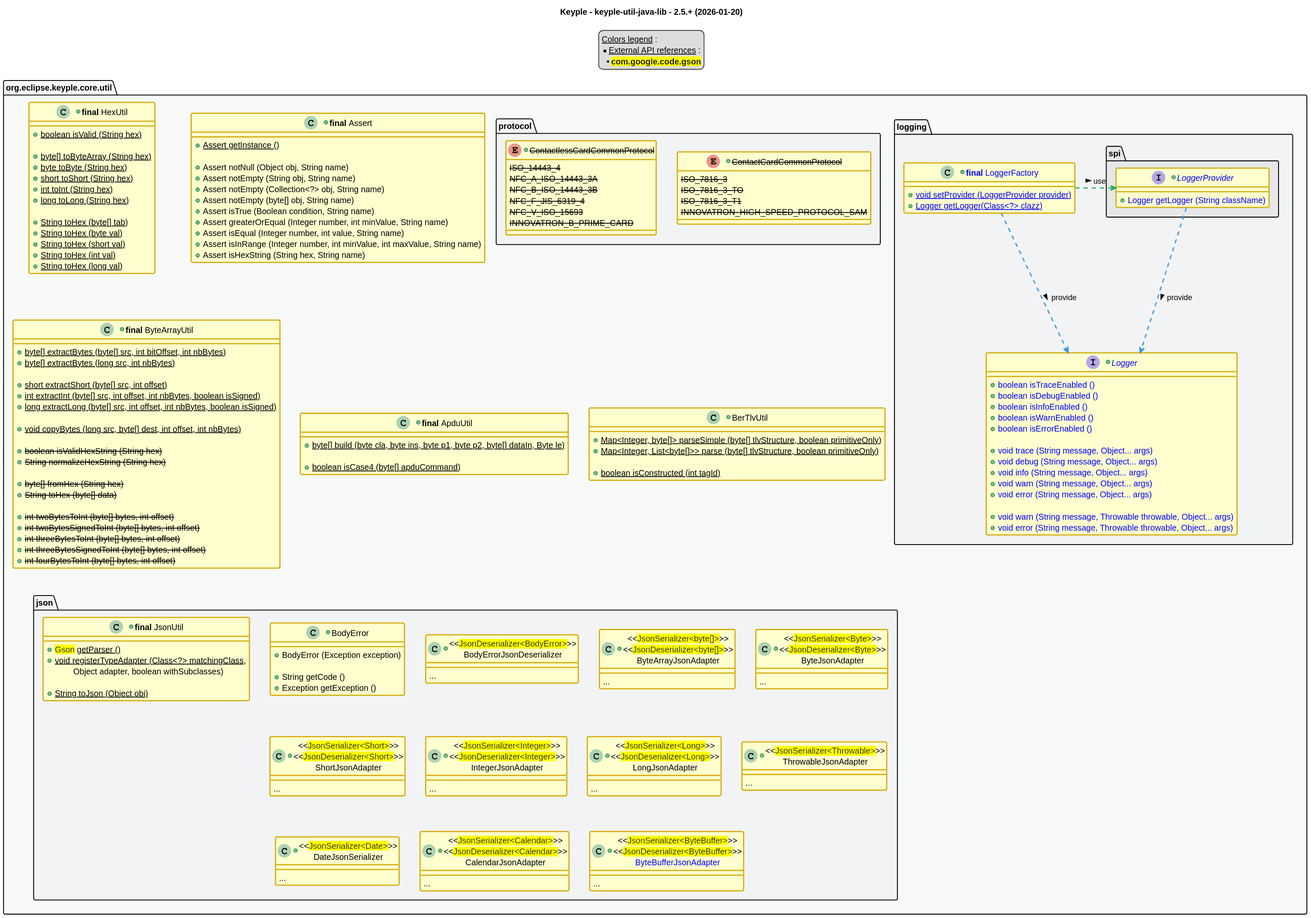
This is src/main/uml/api_class_diagram.svg from eclipse-keyple/keyple-util-java-lib, a PlantUML export, as it was before one commit.
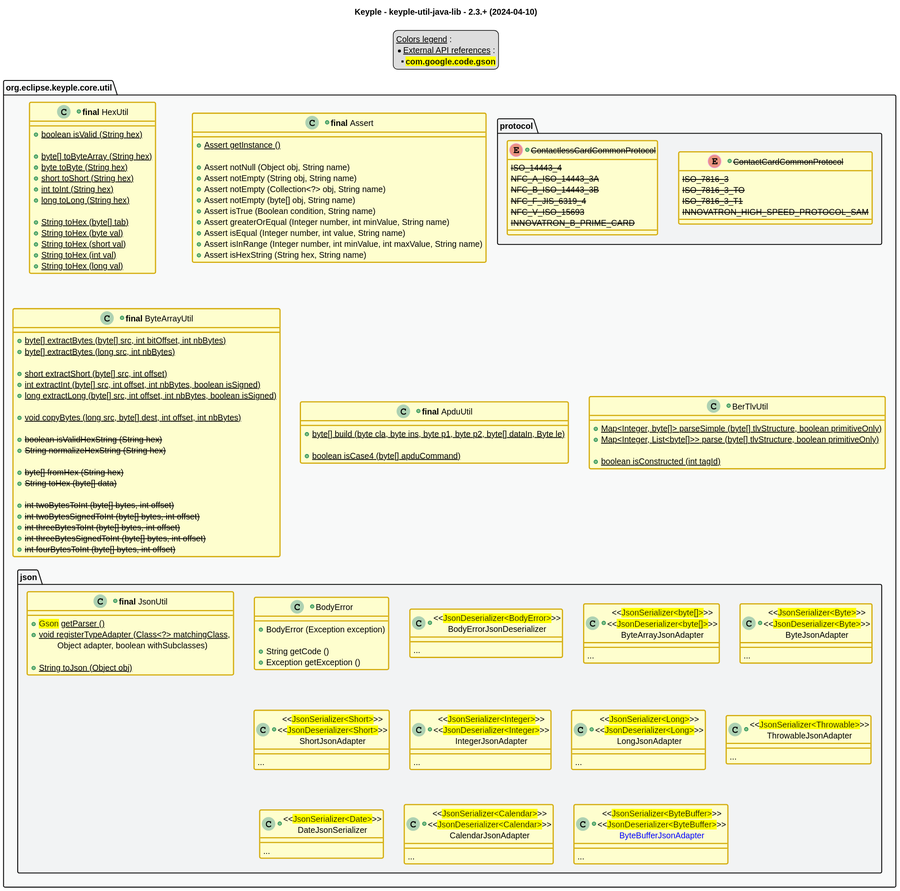
The same diagram one commit later.

Diff of the diagram source:
```diff
@@ -1,6 +1,6 @@
 @startuml
 title
-    Keyple - keyple-util-java-lib - 2.5.+ (2026-01-20)
+    Keyple - keyple-util-java-lib - 2.3.+ (2024-04-10)
 end title
 
 
@@ -163,33 +163,6 @@
             ...
         }
     }
-    package logging {
-        +class "<color:blue>**final** LoggerFactory" as LoggerFactory {
-            +<color:blue>{static} void setProvider (LoggerProvider provider)
-            +<color:blue>{static} Logger getLogger(Class<?> clazz)
-        }
-        +interface "<color:blue>Logger" as Logger {
-            +<color:blue>boolean isTraceEnabled ()
-            +<color:blue>boolean isDebugEnabled ()
-            +<color:blue>boolean isInfoEnabled ()
-            +<color:blue>boolean isWarnEnabled ()
-            +<color:blue>boolean isErrorEnabled ()
-
-            +<color:blue>void trace (String message, Object... args)
-            +<color:blue>void debug (String message, Object... args)
-            +<color:blue>void info (String message, Object... args)
-            +<color:blue>void warn (String message, Object... args)
-            +<color:blue>void error (String message, Object... args)
-
-            +<color:blue>void warn (String message, Throwable throwable, Object... args)
-            +<color:blue>void error (String message, Throwable throwable, Object... args)
-        }
-        package spi {
-            +interface "<color:blue>LoggerProvider" as LoggerProvider {
-                +<color:blue>Logger getLogger (String className)
-            }
-        }
-    }
     package protocol {
         +enum "<s>ContactCardCommonProtocol</s>" as ContactCardCommonProtocol {
             <s>ISO_7816_3
@@ -209,11 +182,6 @@
 }
 
 
-LoggerFactory .right.> LoggerProvider #C_USE : use >
-LoggerFactory ..> Logger #C_LINK : provide >
-
-LoggerProvider ..> Logger #C_LINK : provide >
-
 
 ByteArrayUtil -[hidden]- JsonUtil
 
@@ -225,6 +193,4 @@
 package util #C_GREY1 {}
 package util.json #C_GREY2 {}
 package util.protocol #C_GREY2 {}
-package util.logging #C_GREY2 {}
-package util.logging.spi #C_GREY3 {}
 @enduml
```
